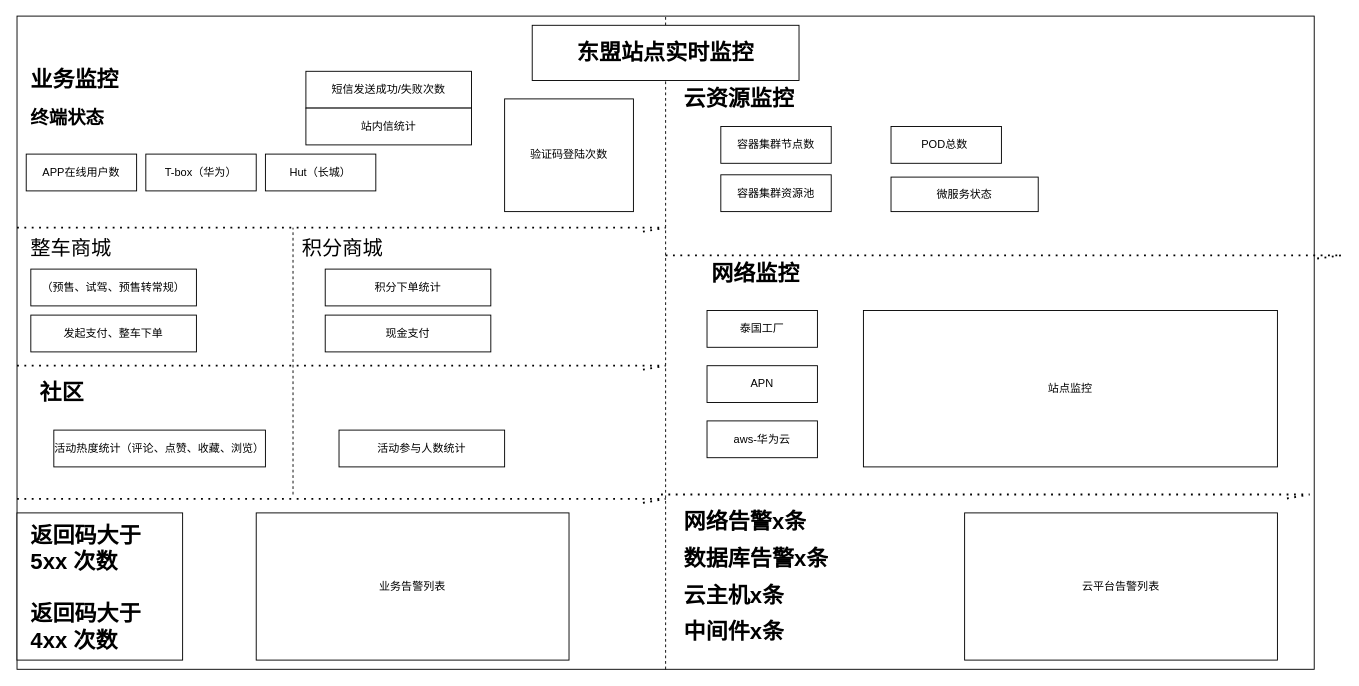
Earlier version of the draw.io diagram 东盟dlv .drawio (463024907/zabbix-report). Source tidied: cells renumbered, new cells numbered last; positions are measured from the earlier drawing's top-left corner, leaving out a move shared by most shapes. Both pictures are drawn from the tidied source at 92%, with x=0, y=0 at pixel (17, 16).
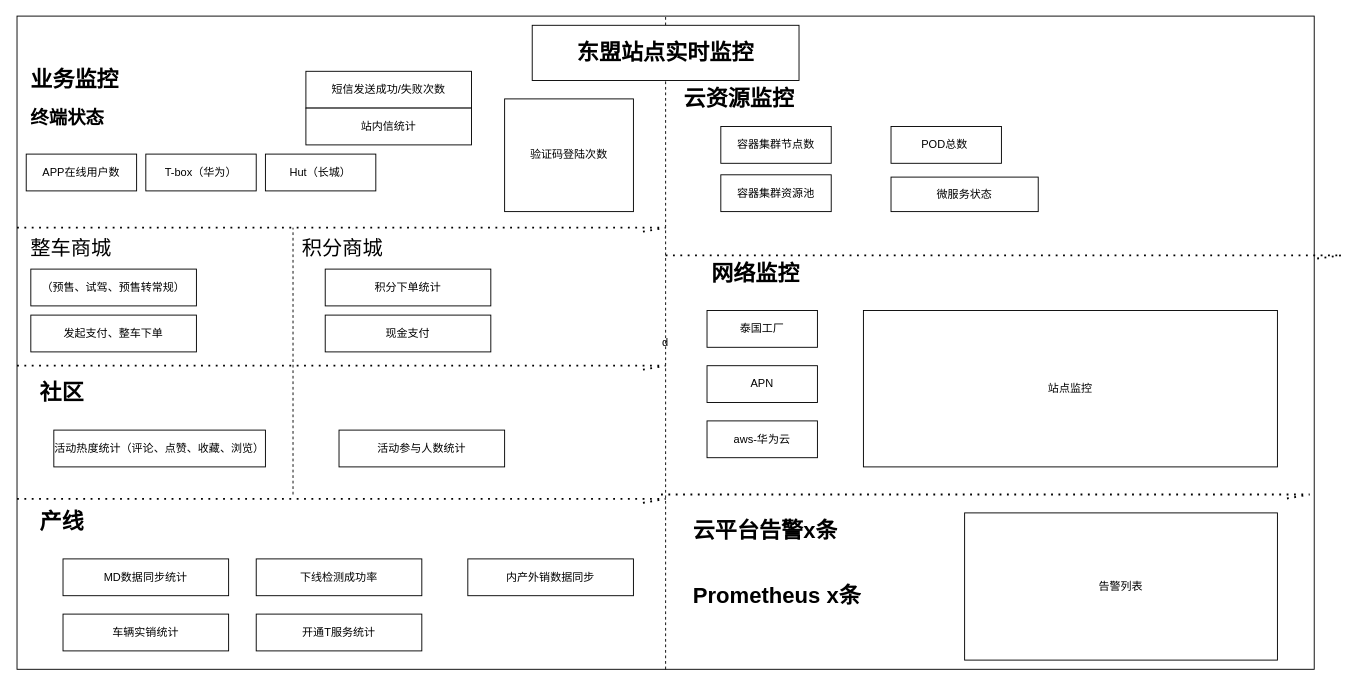
The same diagram, later.

Change to the diagram source:
```diff
@@
-    <mxCell id="2" style="rounded=0;whiteSpace=wrap;html=1;" parent="1" vertex="1">
+    <mxCell id="2" value="d" style="rounded=0;whiteSpace=wrap;html=1;" parent="1" vertex="1">
       <mxGeometry width="1410" height="710" as="geometry" />
     </mxCell>
@@
-    <mxCell id="17" style="rounded=0;whiteSpace=wrap;html=1;" parent="1" vertex="1">
-      <mxGeometry y="540" width="180" height="160" as="geometry" />
-    </mxCell>
-    <mxCell id="18" value="&lt;h1&gt;返回码大于5xx 次数&lt;/h1&gt;" style="text;html=1;strokeColor=none;fillColor=none;spacing=5;spacingTop=-20;whiteSpace=wrap;overflow=hidden;rounded=0;" parent="1" vertex="1">
-      <mxGeometry x="10" y="544.5" width="150" height="65.5" as="geometry" />
-    </mxCell>
-    <mxCell id="19" value="&lt;h1&gt;返回码大于4xx 次数&lt;/h1&gt;" style="text;html=1;strokeColor=none;fillColor=none;spacing=5;spacingTop=-20;whiteSpace=wrap;overflow=hidden;rounded=0;" parent="1" vertex="1">
-      <mxGeometry x="10" y="630" width="150" height="60" as="geometry" />
-    </mxCell>
@@
-    <mxCell id="22" value="业务告警列表" style="rounded=0;whiteSpace=wrap;html=1;" parent="1" vertex="1">
-      <mxGeometry x="260" y="540" width="340" height="160" as="geometry" />
-    </mxCell>
-    <mxCell id="23" value="云平台告警列表" style="rounded=0;whiteSpace=wrap;html=1;" parent="1" vertex="1">
+    <mxCell id="23" value="告警列表" style="rounded=0;whiteSpace=wrap;html=1;" parent="1" vertex="1">
       <mxGeometry x="1030" y="540" width="340" height="160" as="geometry" />
     </mxCell>
@@
-    <mxCell id="25" value="&lt;h1&gt;网络告警x条&lt;/h1&gt;" style="text;html=1;strokeColor=none;fillColor=none;spacing=5;spacingTop=-20;whiteSpace=wrap;overflow=hidden;rounded=0;" parent="1" vertex="1">
-      <mxGeometry x="720" y="530" width="290" height="40" as="geometry" />
-    </mxCell>
-    <mxCell id="26" value="&lt;h1&gt;数据库告警x条&lt;/h1&gt;" style="text;html=1;strokeColor=none;fillColor=none;spacing=5;spacingTop=-20;whiteSpace=wrap;overflow=hidden;rounded=0;" parent="1" vertex="1">
-      <mxGeometry x="720" y="570" width="290" height="40" as="geometry" />
-    </mxCell>
-    <mxCell id="27" value="&lt;h1&gt;云主机x条&lt;/h1&gt;" style="text;html=1;strokeColor=none;fillColor=none;spacing=5;spacingTop=-20;whiteSpace=wrap;overflow=hidden;rounded=0;" parent="1" vertex="1">
-      <mxGeometry x="720" y="610" width="290" height="40" as="geometry" />
+    <mxCell id="27" value="&lt;h1&gt;云平台告警x条&lt;/h1&gt;" style="text;html=1;strokeColor=none;fillColor=none;spacing=5;spacingTop=-20;whiteSpace=wrap;overflow=hidden;rounded=0;" parent="1" vertex="1">
+      <mxGeometry x="730" y="540" width="290" height="40" as="geometry" />
     </mxCell>
@@
-    <mxCell id="48" value="&lt;h1&gt;中间件x条&lt;/h1&gt;" style="text;html=1;strokeColor=none;fillColor=none;spacing=5;spacingTop=-20;whiteSpace=wrap;overflow=hidden;rounded=0;" parent="1" vertex="1">
+    <mxCell id="48" value="&lt;h1&gt;&lt;br&gt;&lt;/h1&gt;" style="text;html=1;strokeColor=none;fillColor=none;spacing=5;spacingTop=-20;whiteSpace=wrap;overflow=hidden;rounded=0;" parent="1" vertex="1">
       <mxGeometry x="720" y="650" width="290" height="40" as="geometry" />
     </mxCell>
+    <mxCell id="49" value="&lt;h1&gt;产线&lt;/h1&gt;" style="text;html=1;strokeColor=none;fillColor=none;spacing=5;spacingTop=-20;whiteSpace=wrap;overflow=hidden;rounded=0;" parent="1" vertex="1">
+      <mxGeometry x="20" y="530" width="210" height="50" as="geometry" />
+    </mxCell>
+    <mxCell id="50" value="MD数据同步统计" style="rounded=0;whiteSpace=wrap;html=1;" parent="1" vertex="1">
+      <mxGeometry x="50" y="590" width="180" height="40" as="geometry" />
+    </mxCell>
+    <mxCell id="51" value="下线检测成功率" style="rounded=0;whiteSpace=wrap;html=1;" parent="1" vertex="1">
+      <mxGeometry x="260" y="590" width="180" height="40" as="geometry" />
+    </mxCell>
+    <mxCell id="52" value="内产外销数据同步" style="rounded=0;whiteSpace=wrap;html=1;" parent="1" vertex="1">
+      <mxGeometry x="490" y="590" width="180" height="40" as="geometry" />
+    </mxCell>
+    <mxCell id="53" value="&lt;h1&gt;Prometheus x条&lt;/h1&gt;" style="text;html=1;strokeColor=none;fillColor=none;spacing=5;spacingTop=-20;whiteSpace=wrap;overflow=hidden;rounded=0;" parent="1" vertex="1">
+      <mxGeometry x="730" y="610" width="290" height="40" as="geometry" />
+    </mxCell>
+    <mxCell id="54" value="车辆实销统计" style="rounded=0;whiteSpace=wrap;html=1;" parent="1" vertex="1">
+      <mxGeometry x="50" y="650" width="180" height="40" as="geometry" />
+    </mxCell>
+    <mxCell id="55" value="开通T服务统计" style="rounded=0;whiteSpace=wrap;html=1;" parent="1" vertex="1">
+      <mxGeometry x="260" y="650" width="180" height="40" as="geometry" />
+    </mxCell>
```
